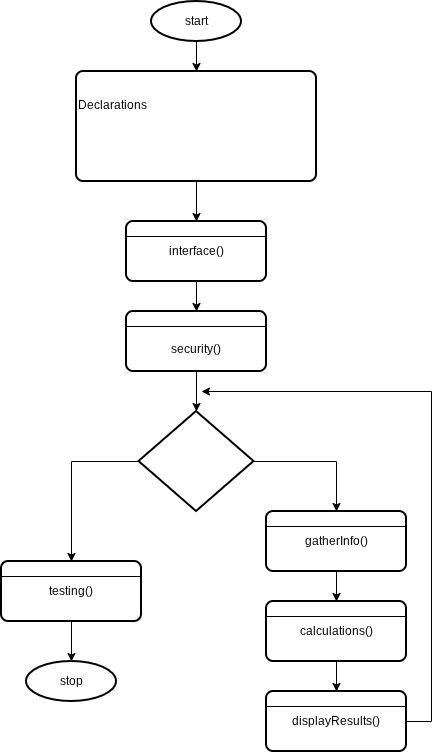
The draw.io diagram Group Project Main Program.drawio.png in istewart23/Computing-Logic, before a commit. Source tidied: cells renumbered, new cells last; positions are measured from the earlier drawing's top-left corner, leaving out a move shared by most shapes. Its diagram source:
```xml
<mxGraphModel>
  <root>
    <mxCell id="0" />
    <mxCell id="1" parent="0" />
    <mxCell id="2" style="edgeStyle=orthogonalEdgeStyle;rounded=0;jettySize=auto;html=1;entryX=0.5;entryY=0;entryDx=0;entryDy=0;" parent="1" edge="1" source="3" target="5">
      <mxGeometry relative="1" as="geometry" />
    </mxCell>
    <mxCell id="3" value="start" style="strokeWidth=2;html=1;shape=mxgraph.flowchart.start_1;whiteSpace=wrap;" parent="1" vertex="1">
      <mxGeometry x="150" width="90" height="40" as="geometry" />
    </mxCell>
    <mxCell id="4" style="edgeStyle=orthogonalEdgeStyle;rounded=0;jettySize=auto;html=1;entryX=0.5;entryY=0;entryDx=0;entryDy=0;" parent="1" edge="1" source="5" target="14">
      <mxGeometry relative="1" as="geometry" />
    </mxCell>
    <mxCell id="5" value="Declarations&lt;div&gt;&lt;br&gt;&lt;/div&gt;&lt;div&gt;&lt;br&gt;&lt;/div&gt;&lt;div&gt;&lt;br&gt;&lt;/div&gt;" style="rounded=1;whiteSpace=wrap;html=1;absoluteArcSize=1;arcSize=14;strokeWidth=2;align=left;" parent="1" vertex="1">
      <mxGeometry x="75" y="70" width="240" height="110" as="geometry" />
    </mxCell>
    <mxCell id="6" value="&lt;div&gt;&lt;br&gt;&lt;/div&gt;security()" style="rounded=1;whiteSpace=wrap;html=1;absoluteArcSize=1;arcSize=14;strokeWidth=2;" parent="1" vertex="1">
      <mxGeometry x="125" y="310" width="140" height="60" as="geometry" />
    </mxCell>
    <mxCell id="7" style="endArrow=none;html=1;rounded=0;entryX=1;entryY=0.25;entryDx=0;entryDy=0;exitX=0;exitY=0.25;exitDx=0;exitDy=0;" parent="1" edge="1" source="6" target="6">
      <mxGeometry relative="1" as="geometry" />
    </mxCell>
    <mxCell id="8" value="&lt;div&gt;testing()&lt;/div&gt;" style="rounded=1;whiteSpace=wrap;html=1;absoluteArcSize=1;arcSize=14;strokeWidth=2;" parent="1" vertex="1">
      <mxGeometry y="560" width="140" height="60" as="geometry" />
    </mxCell>
    <mxCell id="9" style="endArrow=none;html=1;rounded=0;entryX=1;entryY=0.25;entryDx=0;entryDy=0;exitX=0;exitY=0.25;exitDx=0;exitDy=0;" parent="1" edge="1" source="8" target="8">
      <mxGeometry relative="1" as="geometry" />
    </mxCell>
    <mxCell id="10" style="edgeStyle=orthogonalEdgeStyle;rounded=0;jettySize=auto;html=1;entryX=0.5;entryY=0;entryDx=0;entryDy=0;" parent="1" edge="1" source="11" target="17">
      <mxGeometry relative="1" as="geometry" />
    </mxCell>
    <mxCell id="11" value="&lt;div&gt;gatherInfo()&lt;/div&gt;" style="rounded=1;whiteSpace=wrap;html=1;absoluteArcSize=1;arcSize=14;strokeWidth=2;" parent="1" vertex="1">
      <mxGeometry x="265" y="510" width="140" height="60" as="geometry" />
    </mxCell>
    <mxCell id="12" style="endArrow=none;html=1;rounded=0;entryX=1;entryY=0.25;entryDx=0;entryDy=0;exitX=0;exitY=0.25;exitDx=0;exitDy=0;" parent="1" edge="1" source="11" target="11">
      <mxGeometry relative="1" as="geometry" />
    </mxCell>
    <mxCell id="13" style="edgeStyle=orthogonalEdgeStyle;rounded=0;jettySize=auto;html=1;entryX=0.5;entryY=0;entryDx=0;entryDy=0;" parent="1" edge="1" source="14" target="6">
      <mxGeometry relative="1" as="geometry" />
    </mxCell>
    <mxCell id="14" value="&lt;div&gt;interface()&lt;/div&gt;" style="rounded=1;whiteSpace=wrap;html=1;absoluteArcSize=1;arcSize=14;strokeWidth=2;" parent="1" vertex="1">
      <mxGeometry x="125" y="220" width="140" height="60" as="geometry" />
    </mxCell>
    <mxCell id="15" style="endArrow=none;html=1;rounded=0;entryX=1;entryY=0.25;entryDx=0;entryDy=0;exitX=0;exitY=0.25;exitDx=0;exitDy=0;" parent="1" edge="1" source="14" target="14">
      <mxGeometry relative="1" as="geometry" />
    </mxCell>
    <mxCell id="16" style="edgeStyle=orthogonalEdgeStyle;rounded=0;jettySize=auto;html=1;entryX=0.5;entryY=0;entryDx=0;entryDy=0;" parent="1" edge="1" source="17" target="20">
      <mxGeometry relative="1" as="geometry" />
    </mxCell>
    <mxCell id="17" value="&lt;div&gt;calculations()&lt;/div&gt;" style="rounded=1;whiteSpace=wrap;html=1;absoluteArcSize=1;arcSize=14;strokeWidth=2;" parent="1" vertex="1">
      <mxGeometry x="265" y="600" width="140" height="60" as="geometry" />
    </mxCell>
    <mxCell id="18" style="endArrow=none;html=1;rounded=0;entryX=1;entryY=0.25;entryDx=0;entryDy=0;exitX=0;exitY=0.25;exitDx=0;exitDy=0;" parent="1" edge="1" source="17" target="17">
      <mxGeometry relative="1" as="geometry" />
    </mxCell>
    <mxCell id="19" style="edgeStyle=orthogonalEdgeStyle;rounded=0;jettySize=auto;html=1;exitX=1;exitY=0.5;exitDx=0;exitDy=0;" parent="1" edge="1" source="20">
      <mxGeometry relative="1" as="geometry">
        <mxPoint x="200" y="390" as="targetPoint" />
        <Array as="points">
          <mxPoint x="430" y="720" />
          <mxPoint x="430" y="390" />
        </Array>
      </mxGeometry>
    </mxCell>
    <mxCell id="20" value="&lt;div&gt;displayResults()&lt;/div&gt;" style="rounded=1;whiteSpace=wrap;html=1;absoluteArcSize=1;arcSize=14;strokeWidth=2;" parent="1" vertex="1">
      <mxGeometry x="265" y="690" width="140" height="60" as="geometry" />
    </mxCell>
    <mxCell id="21" style="endArrow=none;html=1;rounded=0;entryX=1;entryY=0.25;entryDx=0;entryDy=0;exitX=0;exitY=0.25;exitDx=0;exitDy=0;" parent="1" edge="1" source="20" target="20">
      <mxGeometry relative="1" as="geometry" />
    </mxCell>
    <mxCell id="22" style="edgeStyle=orthogonalEdgeStyle;rounded=0;jettySize=auto;html=1;entryX=0.5;entryY=0;entryDx=0;entryDy=0;" parent="1" edge="1" source="24" target="11">
      <mxGeometry relative="1" as="geometry" />
    </mxCell>
    <mxCell id="23" style="edgeStyle=orthogonalEdgeStyle;rounded=0;jettySize=auto;html=1;entryX=0.5;entryY=0;entryDx=0;entryDy=0;exitX=0;exitY=0.5;exitDx=0;exitDy=0;exitPerimeter=0;" parent="1" edge="1" source="24" target="8">
      <mxGeometry relative="1" as="geometry" />
    </mxCell>
    <mxCell id="24" style="strokeWidth=2;html=1;shape=mxgraph.flowchart.decision;whiteSpace=wrap;" parent="1" vertex="1">
      <mxGeometry x="137.5" y="410" width="115" height="100" as="geometry" />
    </mxCell>
    <mxCell id="25" style="edgeStyle=orthogonalEdgeStyle;rounded=0;jettySize=auto;html=1;entryX=0.5;entryY=0;entryDx=0;entryDy=0;entryPerimeter=0;" parent="1" edge="1" source="6" target="24">
      <mxGeometry relative="1" as="geometry" />
    </mxCell>
    <mxCell id="26" value="stop" style="strokeWidth=2;html=1;shape=mxgraph.flowchart.start_1;whiteSpace=wrap;" parent="1" vertex="1">
      <mxGeometry x="25" y="660" width="90" height="40" as="geometry" />
    </mxCell>
    <mxCell id="27" style="edgeStyle=orthogonalEdgeStyle;rounded=0;jettySize=auto;html=1;entryX=0.5;entryY=0;entryDx=0;entryDy=0;entryPerimeter=0;" parent="1" edge="1" source="8" target="26">
      <mxGeometry relative="1" as="geometry" />
    </mxCell>
  </root>
</mxGraphModel>
```
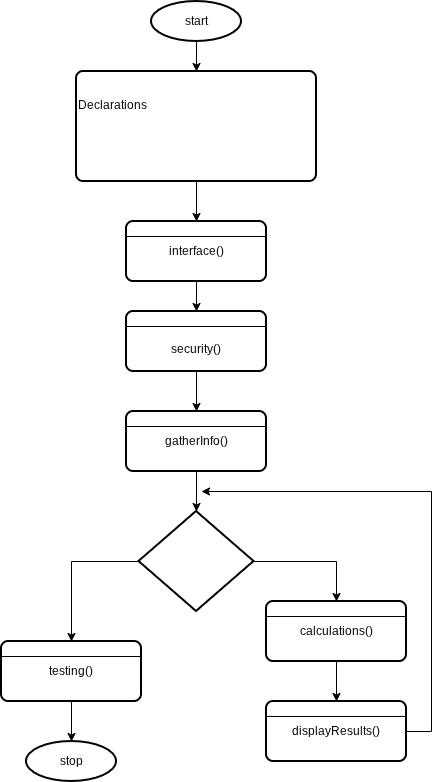
Above is the later version.

What changed in the source:
```diff
@@ -14,6 +14,9 @@
     <mxCell id="5" value="Declarations&lt;div&gt;&lt;br&gt;&lt;/div&gt;&lt;div&gt;&lt;br&gt;&lt;/div&gt;&lt;div&gt;&lt;br&gt;&lt;/div&gt;" style="rounded=1;whiteSpace=wrap;html=1;absoluteArcSize=1;arcSize=14;strokeWidth=2;align=left;" parent="1" vertex="1">
       <mxGeometry x="75" y="70" width="240" height="110" as="geometry" />
     </mxCell>
+    <mxCell id="28" style="edgeStyle=orthogonalEdgeStyle;rounded=0;jettySize=auto;html=1;" parent="1" edge="1" source="6" target="11">
+      <mxGeometry relative="1" as="geometry" />
+    </mxCell>
     <mxCell id="6" value="&lt;div&gt;&lt;br&gt;&lt;/div&gt;security()" style="rounded=1;whiteSpace=wrap;html=1;absoluteArcSize=1;arcSize=14;strokeWidth=2;" parent="1" vertex="1">
       <mxGeometry x="125" y="310" width="140" height="60" as="geometry" />
     </mxCell>
@@ -21,16 +24,16 @@
       <mxGeometry relative="1" as="geometry" />
     </mxCell>
     <mxCell id="8" value="&lt;div&gt;testing()&lt;/div&gt;" style="rounded=1;whiteSpace=wrap;html=1;absoluteArcSize=1;arcSize=14;strokeWidth=2;" parent="1" vertex="1">
-      <mxGeometry y="560" width="140" height="60" as="geometry" />
+      <mxGeometry y="640" width="140" height="60" as="geometry" />
     </mxCell>
     <mxCell id="9" style="endArrow=none;html=1;rounded=0;entryX=1;entryY=0.25;entryDx=0;entryDy=0;exitX=0;exitY=0.25;exitDx=0;exitDy=0;" parent="1" edge="1" source="8" target="8">
       <mxGeometry relative="1" as="geometry" />
     </mxCell>
-    <mxCell id="10" style="edgeStyle=orthogonalEdgeStyle;rounded=0;jettySize=auto;html=1;entryX=0.5;entryY=0;entryDx=0;entryDy=0;" parent="1" edge="1" source="11" target="17">
-      <mxGeometry relative="1" as="geometry" />
-    </mxCell>
+    <mxCell id="29" style="edgeStyle=orthogonalEdgeStyle;rounded=0;jettySize=auto;html=1;" parent="1" edge="1" source="11" target="24">
+      <mxGeometry relative="1" as="geometry" />
+    </mxCell>
     <mxCell id="11" value="&lt;div&gt;gatherInfo()&lt;/div&gt;" style="rounded=1;whiteSpace=wrap;html=1;absoluteArcSize=1;arcSize=14;strokeWidth=2;" parent="1" vertex="1">
-      <mxGeometry x="265" y="510" width="140" height="60" as="geometry" />
+      <mxGeometry x="125" y="410" width="140" height="60" as="geometry" />
     </mxCell>
     <mxCell id="12" style="endArrow=none;html=1;rounded=0;entryX=1;entryY=0.25;entryDx=0;entryDy=0;exitX=0;exitY=0.25;exitDx=0;exitDy=0;" parent="1" edge="1" source="11" target="11">
       <mxGeometry relative="1" as="geometry" />
@@ -55,33 +58,30 @@
     </mxCell>
     <mxCell id="19" style="edgeStyle=orthogonalEdgeStyle;rounded=0;jettySize=auto;html=1;exitX=1;exitY=0.5;exitDx=0;exitDy=0;" parent="1" edge="1" source="20">
       <mxGeometry relative="1" as="geometry">
-        <mxPoint x="200" y="390" as="targetPoint" />
+        <mxPoint x="200" y="490" as="targetPoint" />
         <Array as="points">
-          <mxPoint x="430" y="720" />
-          <mxPoint x="430" y="390" />
+          <mxPoint x="430" y="730" />
+          <mxPoint x="430" y="490" />
         </Array>
       </mxGeometry>
     </mxCell>
     <mxCell id="20" value="&lt;div&gt;displayResults()&lt;/div&gt;" style="rounded=1;whiteSpace=wrap;html=1;absoluteArcSize=1;arcSize=14;strokeWidth=2;" parent="1" vertex="1">
-      <mxGeometry x="265" y="690" width="140" height="60" as="geometry" />
+      <mxGeometry x="265" y="700" width="140" height="60" as="geometry" />
     </mxCell>
     <mxCell id="21" style="endArrow=none;html=1;rounded=0;entryX=1;entryY=0.25;entryDx=0;entryDy=0;exitX=0;exitY=0.25;exitDx=0;exitDy=0;" parent="1" edge="1" source="20" target="20">
       <mxGeometry relative="1" as="geometry" />
     </mxCell>
-    <mxCell id="22" style="edgeStyle=orthogonalEdgeStyle;rounded=0;jettySize=auto;html=1;entryX=0.5;entryY=0;entryDx=0;entryDy=0;" parent="1" edge="1" source="24" target="11">
-      <mxGeometry relative="1" as="geometry" />
-    </mxCell>
     <mxCell id="23" style="edgeStyle=orthogonalEdgeStyle;rounded=0;jettySize=auto;html=1;entryX=0.5;entryY=0;entryDx=0;entryDy=0;exitX=0;exitY=0.5;exitDx=0;exitDy=0;exitPerimeter=0;" parent="1" edge="1" source="24" target="8">
       <mxGeometry relative="1" as="geometry" />
     </mxCell>
+    <mxCell id="30" style="edgeStyle=orthogonalEdgeStyle;rounded=0;jettySize=auto;html=1;entryX=0.5;entryY=0;entryDx=0;entryDy=0;" parent="1" edge="1" source="24" target="17">
+      <mxGeometry relative="1" as="geometry" />
+    </mxCell>
     <mxCell id="24" style="strokeWidth=2;html=1;shape=mxgraph.flowchart.decision;whiteSpace=wrap;" parent="1" vertex="1">
-      <mxGeometry x="137.5" y="410" width="115" height="100" as="geometry" />
+      <mxGeometry x="137.5" y="510" width="115" height="100" as="geometry" />
     </mxCell>
-    <mxCell id="25" style="edgeStyle=orthogonalEdgeStyle;rounded=0;jettySize=auto;html=1;entryX=0.5;entryY=0;entryDx=0;entryDy=0;entryPerimeter=0;" parent="1" edge="1" source="6" target="24">
-      <mxGeometry relative="1" as="geometry" />
-    </mxCell>
     <mxCell id="26" value="stop" style="strokeWidth=2;html=1;shape=mxgraph.flowchart.start_1;whiteSpace=wrap;" parent="1" vertex="1">
-      <mxGeometry x="25" y="660" width="90" height="40" as="geometry" />
+      <mxGeometry x="25" y="740" width="90" height="40" as="geometry" />
     </mxCell>
     <mxCell id="27" style="edgeStyle=orthogonalEdgeStyle;rounded=0;jettySize=auto;html=1;entryX=0.5;entryY=0;entryDx=0;entryDy=0;entryPerimeter=0;" parent="1" edge="1" source="8" target="26">
       <mxGeometry relative="1" as="geometry" />
```
